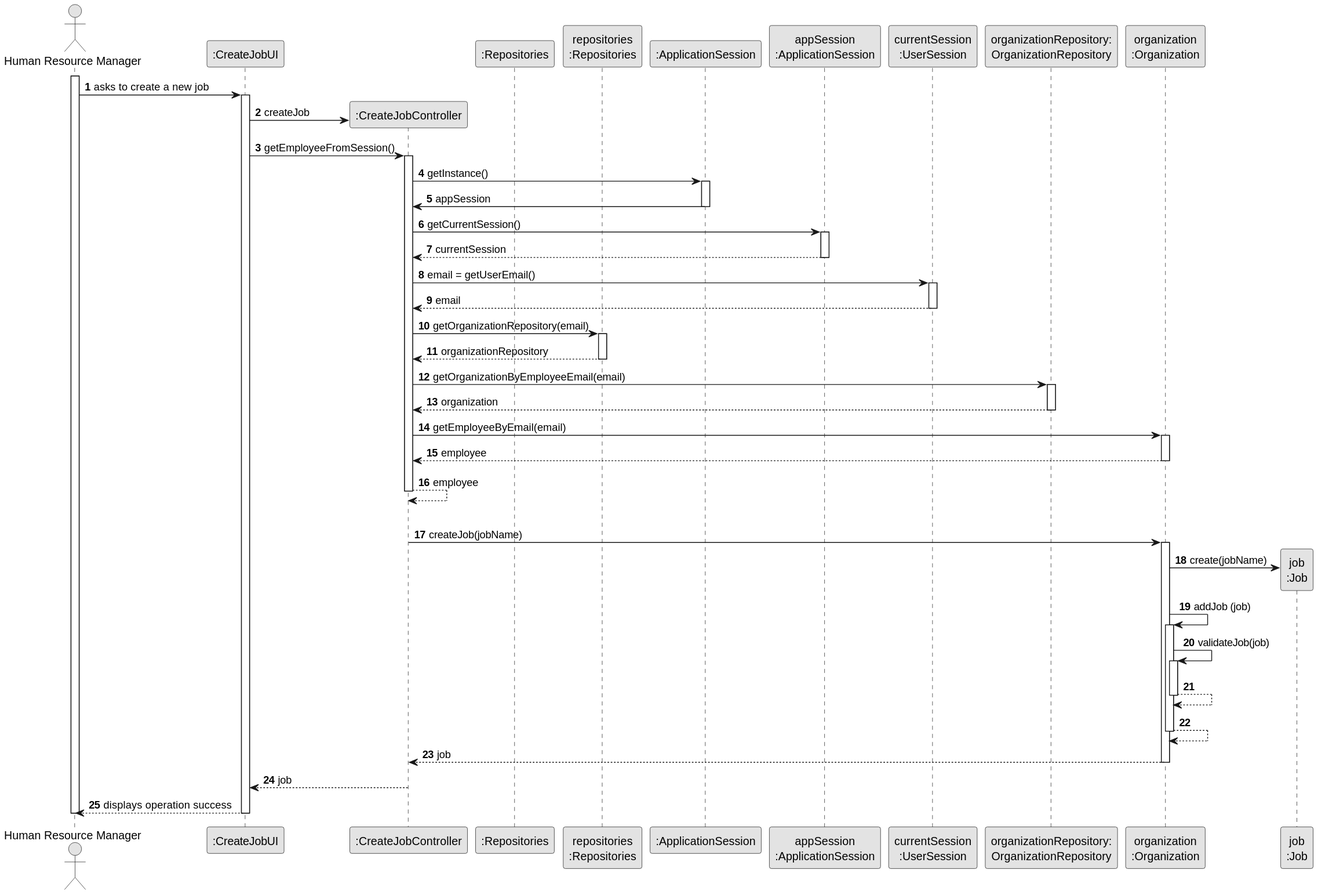
Earlier version of the PlantUML export docs/sprintB/us002/03.design/svg/us002-sequence-diagram-full.svg (Departamento-de-Engenharia-Informatica/greenspace-management).
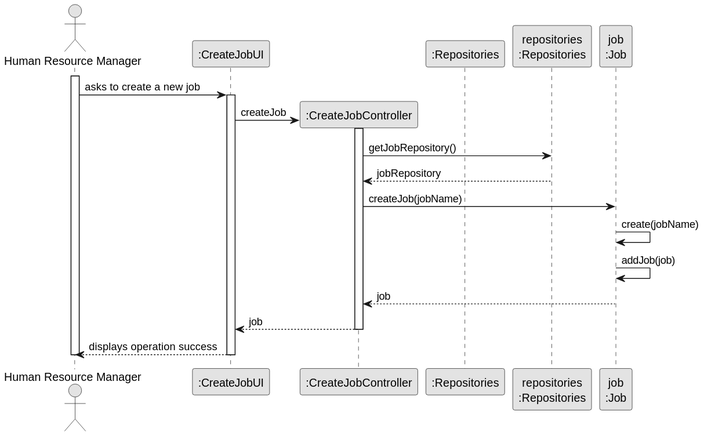
After the commit.

Change to the diagram source:
```diff
@@ -2,99 +2,36 @@
 skinparam monochrome true
 skinparam packageStyle rectangle
 skinparam shadowing false
-
-autonumber
 
 actor "Human Resource Manager" as HRM
 participant ":CreateJobUI" as UI
 participant ":CreateJobController" as CTRL
 participant ":Repositories" as RepositorySingleton
 participant "repositories\n:Repositories" as PLAT
-participant ":ApplicationSession" as _APP
-participant "appSession\n:ApplicationSession" as APP
-participant "currentSession\n:UserSession" as SESSAO
-participant "organizationRepository:\nOrganizationRepository" as OrganizationRepository
-participant "organization\n:Organization" as ORG
 participant "job\n:Job" as JOB
 
 activate HRM
 
-        HRM -> UI : asks to create a new job
+HRM -> UI : asks to create a new job
 
-        activate UI
+activate UI
 
-            UI -> CTRL** : createJob
+UI -> CTRL** : createJob
 
-            UI -> CTRL : getEmployeeFromSession()
-            activate CTRL
+activate CTRL
 
-                CTRL -> _APP: getInstance()
-                activate _APP
-                    _APP -> CTRL: appSession
-                deactivate _APP
+CTRL -> PLAT: getJobRepository()
+PLAT --> CTRL: jobRepository
 
+CTRL -> JOB: createJob(jobName)
+JOB -> JOB: create(jobName)
+JOB -> JOB: addJob(job)
 
-                CTRL -> APP: getCurrentSession()
-                activate APP
+JOB --> CTRL : job
 
-                    APP --> CTRL: currentSession
-                deactivate APP
-
-                CTRL -> SESSAO: email = getUserEmail()
-                activate SESSAO
-
-                    SESSAO --> CTRL: email
-                deactivate SESSAO
-
-
-                CTRL -> PLAT: getOrganizationRepository(email)
-                activate PLAT
-
-                    PLAT --> CTRL: organizationRepository
-                deactivate PLAT
-
-
-                CTRL -> OrganizationRepository: getOrganizationByEmployeeEmail(email)
-                activate OrganizationRepository
-
-
-                    OrganizationRepository --> CTRL : organization
-                deactivate OrganizationRepository
-
-                CTRL -> ORG: getEmployeeByEmail(email)
-                activate ORG
-
-                    ORG --> CTRL : employee
-                deactivate ORG
-
-                CTRL --> CTRL : employee
-            deactivate CTRL
-
-            |||
-            CTRL -> ORG: createJob(jobName)
-            activate ORG
-
-                ORG -> JOB**: create(jobName)
-                ORG -> ORG: addJob (job)
-
-
-                activate ORG
-                    ORG -> ORG: validateJob(job)
-                    activate ORG
-                        ORG --> ORG
-                    deactivate ORG
-
-                    ORG --> ORG
-                deactivate ORG
-
-                ORG --> CTRL : job
-
-            deactivate ORG
-
-            CTRL --> UI: job
-            deactivate CTRL
-            UI --> HRM: displays operation success
-    deactivate UI
-
+CTRL --> UI: job
+deactivate CTRL
+UI --> HRM: displays operation success
+deactivate UI
 deactivate HRM
 @enduml
```
